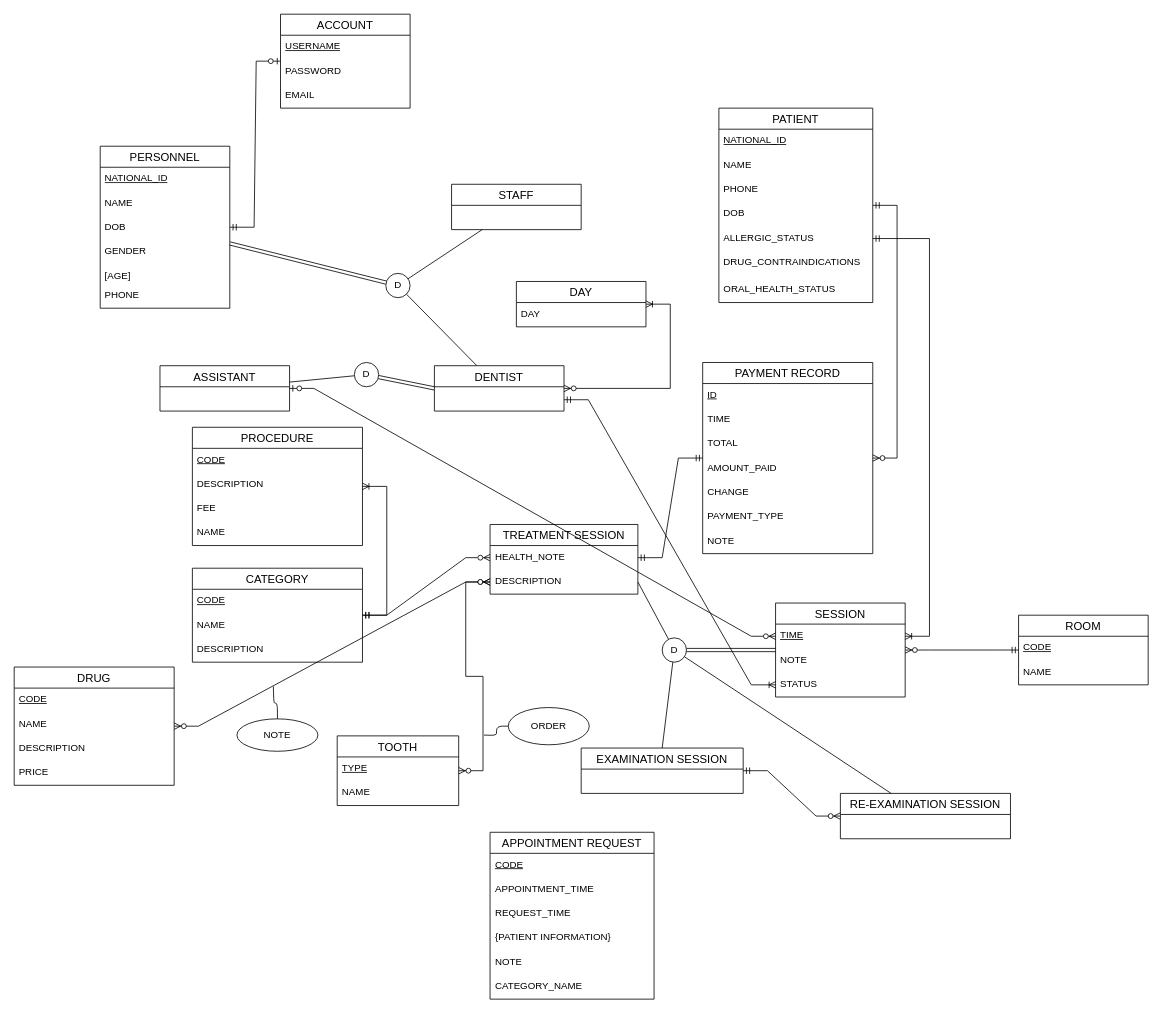
Above: diagrams/conceptual-diagram.drawio in nibtr/clinic-db (draw.io), before the change. Source tidied: cells renumbered, new cells numbered last; positions are measured from the earlier drawing's top-left corner, leaving out a move shared by most shapes. Both pictures are drawn from the tidied source at 81%, with x=0, y=0 at pixel (14, 14).
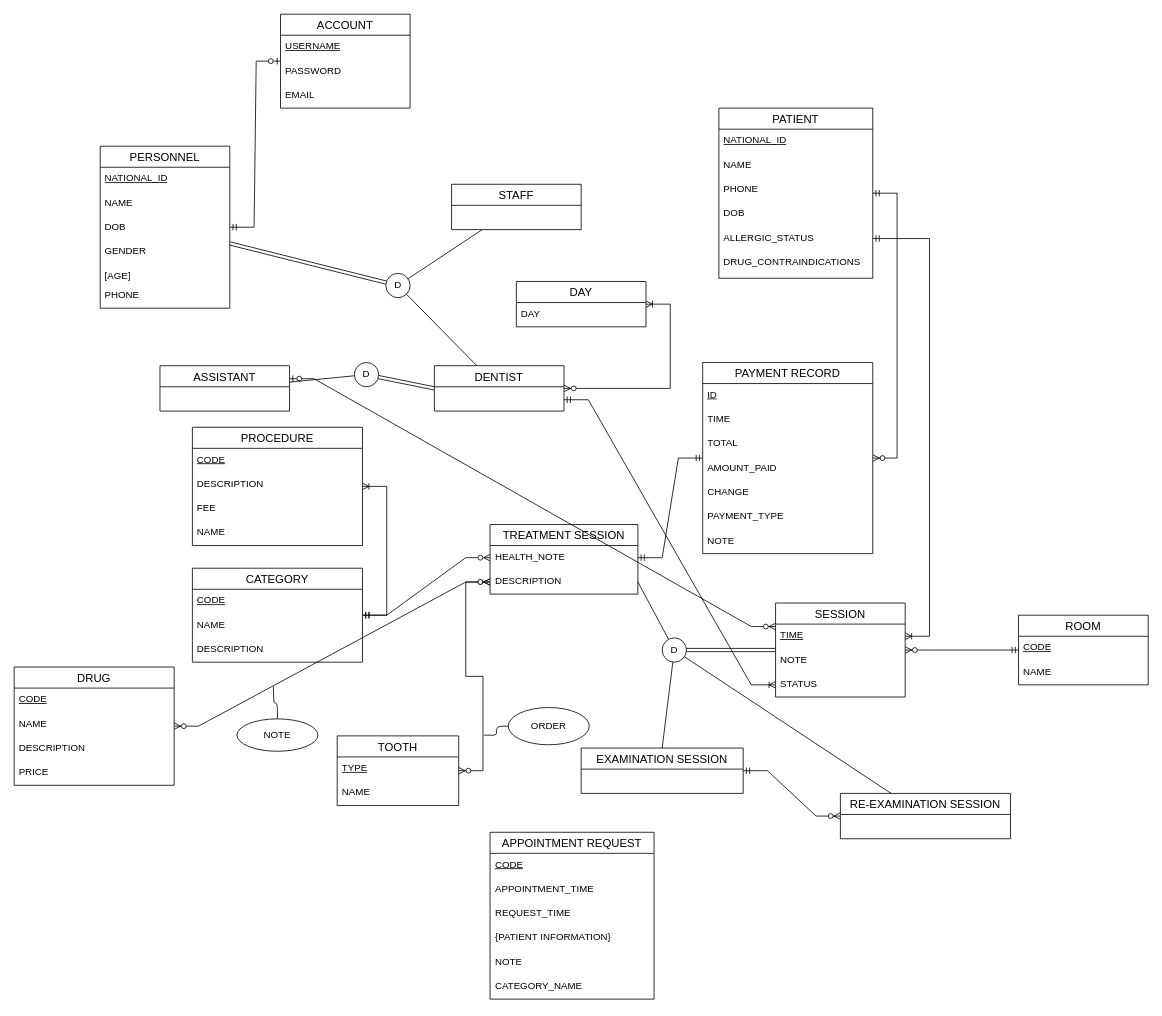
The same page after the edit.

Unchanged cells that the change refers to:
```xml
<mxCell id="39" value="TREATMENT SESSION" style="swimlane;fontStyle=0;horizontal=1;startSize=26;align=center;fontSize=14;" parent="1" vertex="1">
  <mxGeometry x="587.5" y="630" width="182.5" height="86" as="geometry" />
</mxCell>
<mxCell id="55" value="ASSISTANT" style="swimlane;fontStyle=0;horizontal=1;startSize=26;align=center;fontSize=14;" parent="1" vertex="1">
  <mxGeometry x="180" y="434" width="160" height="56" as="geometry" />
</mxCell>
<mxCell id="73" value="&lt;u&gt;TIME&lt;/u&gt;" style="text;strokeColor=none;fillColor=none;spacingLeft=4;spacingRight=4;overflow=hidden;points=[[0,0.5],[1,0.5]];portConstraint=eastwest;fontSize=12;whiteSpace=wrap;html=1;" parent="72" vertex="1">
  <mxGeometry y="26" width="160" height="30" as="geometry" />
</mxCell>
```

What changed in the source:
```diff
@@
     <mxCell id="6" value="PATIENT" style="swimlane;fontStyle=0;horizontal=1;startSize=26;align=center;fontSize=14;" parent="1" vertex="1">
-      <mxGeometry x="870" y="116" width="190" height="240" as="geometry" />
+      <mxGeometry x="870" y="116" width="190" height="210" as="geometry" />
     </mxCell>
@@
-    <mxCell id="13" value="ORAL_HEALTH_STATUS" style="text;strokeColor=none;fillColor=none;spacingLeft=4;spacingRight=4;overflow=hidden;fontSize=12;whiteSpace=wrap;html=1;" parent="6" vertex="1">
-      <mxGeometry y="210" width="190" height="30" as="geometry" />
-    </mxCell>
@@
+    <mxCell id="96" style="edgeStyle=entityRelationEdgeStyle;fontSize=12;html=1;endArrow=ERzeroToMany;startArrow=ERzeroToOne;rounded=0;" parent="39" edge="1">
+      <mxGeometry relative="1" as="geometry">
+        <mxPoint x="-247.5" y="-180" as="sourcePoint" />
+        <mxPoint x="352.5" y="126" as="targetPoint" />
+      </mxGeometry>
+    </mxCell>
@@
-    <mxCell id="96" style="edgeStyle=entityRelationEdgeStyle;fontSize=12;html=1;endArrow=ERzeroToMany;startArrow=ERzeroToOne;rounded=0;" parent="1" edge="1" source="55" target="73">
-      <mxGeometry relative="1" as="geometry" />
-    </mxCell>
```
